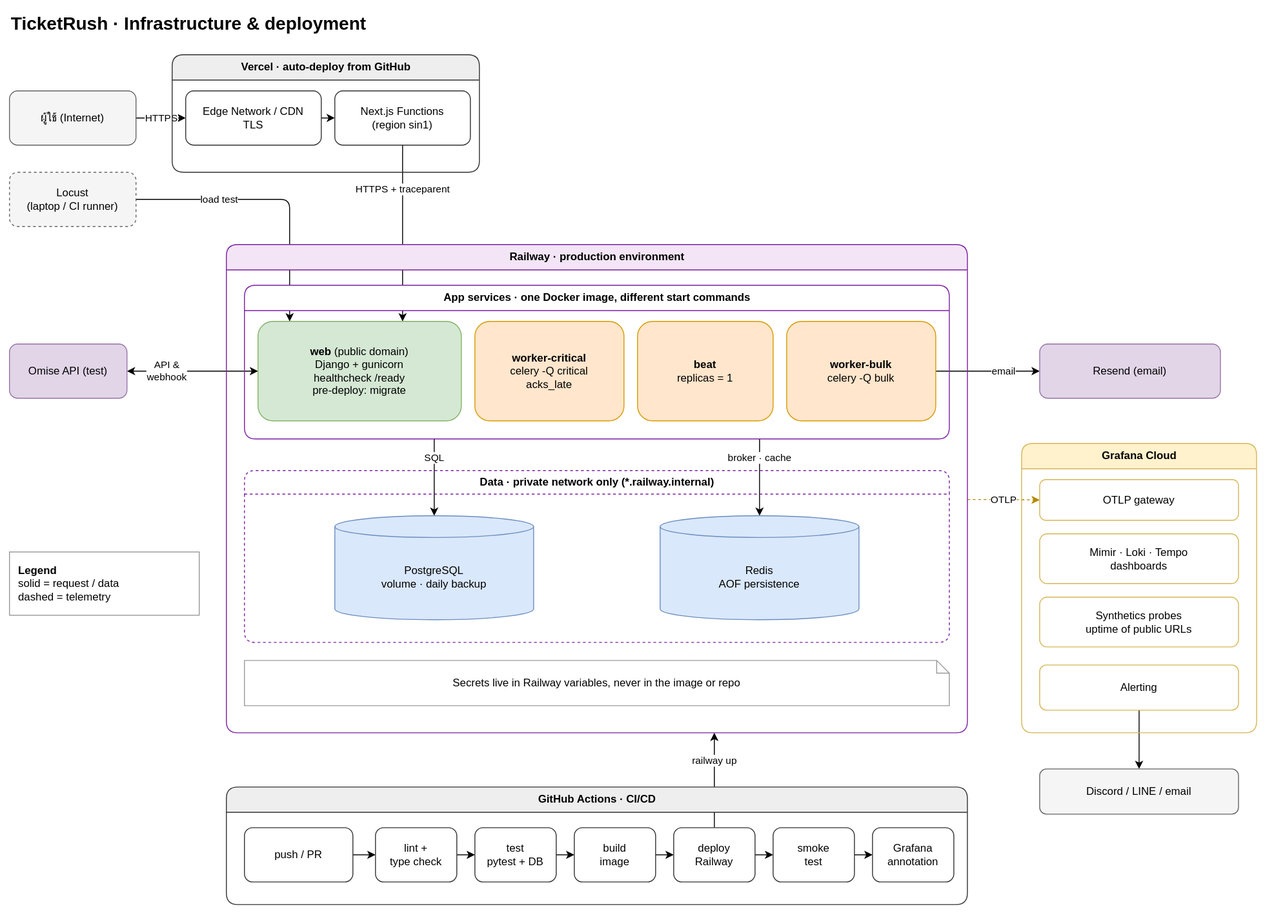
NaphatJM/ticketrush keeps this draw.io diagram as docs/diagrams/infrastructure.drawio.svg. Above is the earlier version. Source tidied: cells renumbered, new cells last; positions are measured from the earlier drawing's top-left corner, leaving out a move shared by most shapes.
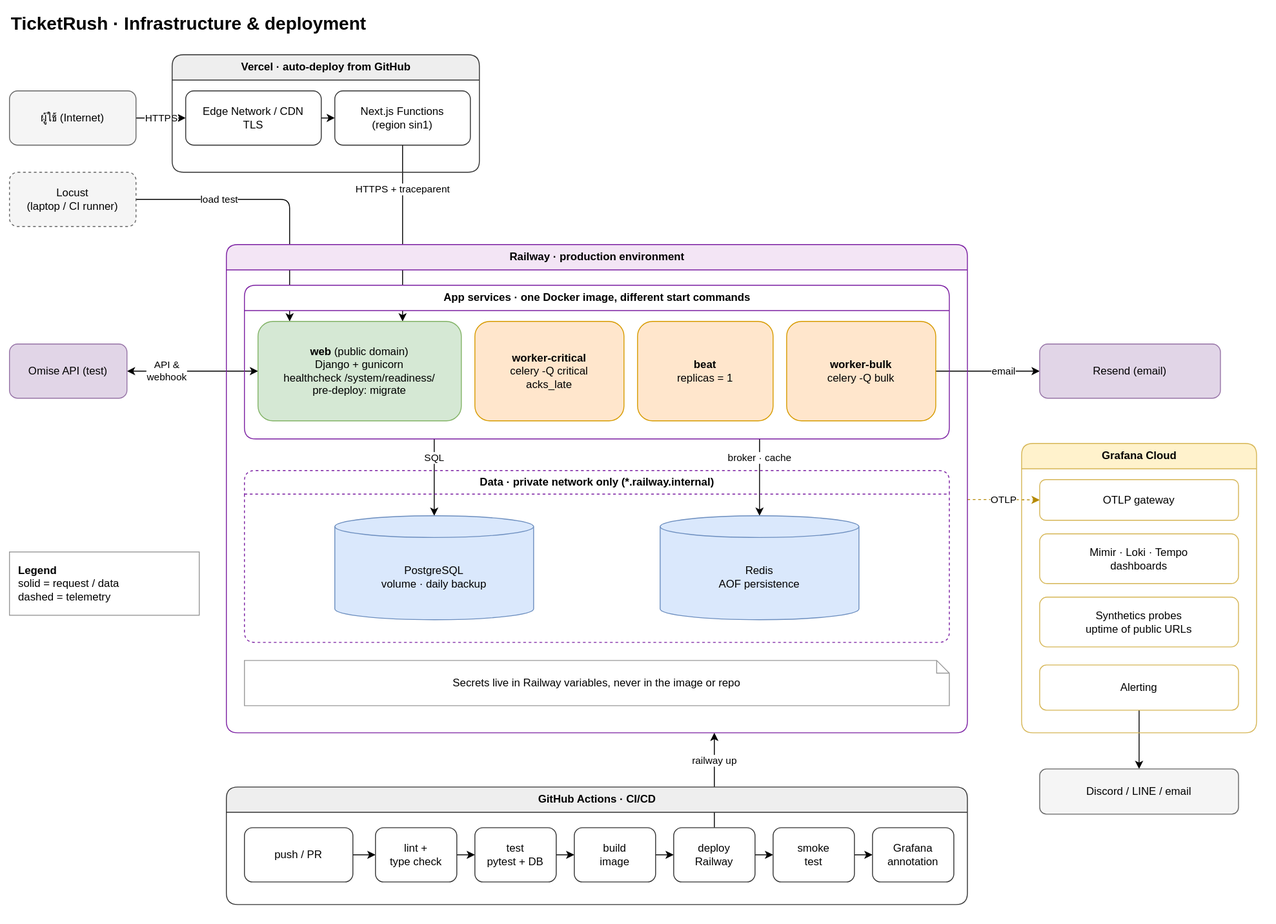
After the change.

Diff of the diagram source:
```diff
@@ -84,7 +84,7 @@
     <mxCell id="29" value="App services · one Docker image, different start commands" style="swimlane;startSize=28;html=1;rounded=1;fillColor=#ffffff;strokeColor=#7b1fa2;" parent="28" vertex="1">
       <mxGeometry x="20" y="45" width="780" height="170" as="geometry" />
     </mxCell>
-    <mxCell id="30" value="&lt;b&gt;web&lt;/b&gt; (public domain)&lt;br&gt;Django + gunicorn&lt;br&gt;healthcheck /ready&lt;br&gt;pre-deploy: migrate" style="rounded=1;whiteSpace=wrap;html=1;fillColor=#d5e8d4;strokeColor=#82b366;" parent="29" vertex="1">
+    <mxCell id="30" value="&lt;b&gt;web&lt;/b&gt; (public domain)&lt;br&gt;Django + gunicorn&lt;br&gt;healthcheck /system/readiness/&lt;br&gt;pre-deploy: migrate" style="rounded=1;whiteSpace=wrap;html=1;fillColor=#d5e8d4;strokeColor=#82b366;" parent="29" vertex="1">
       <mxGeometry x="15" y="40" width="225" height="110" as="geometry" />
     </mxCell>
     <mxCell id="31" value="&lt;b&gt;worker-critical&lt;/b&gt;&lt;br&gt;celery -Q critical&lt;br&gt;acks_late" style="rounded=1;whiteSpace=wrap;html=1;fillColor=#ffe6cc;strokeColor=#d79b00;" parent="29" vertex="1">
```
